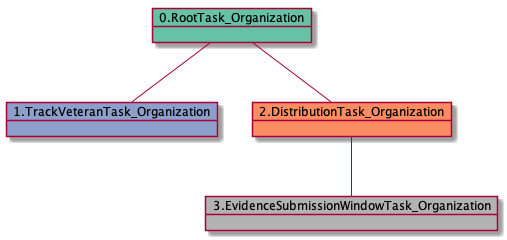
yoomlam/graphing keeps this PlantUML diagram as docs-ES/uml/RTO.TVTO.DTO-40915.png. Above is the earlier version. The source it was exported from:
```plantuml
@startuml
object 0.RootTask_Organization #66c2a5
object 1.TrackVeteranTask_Organization #8da0cb
object 2.DistributionTask_Organization #fc8d62
object 3.EvidenceSubmissionWindowTask_Organization #b3b3b3
0.RootTask_Organization -- 1.TrackVeteranTask_Organization
0.RootTask_Organization -- 2.DistributionTask_Organization
2.DistributionTask_Organization -- 3.EvidenceSubmissionWindowTask_Organization
@enduml
```
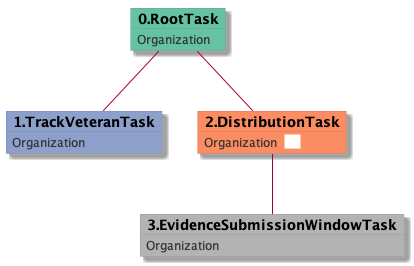
Above is the later version.

Change to the diagram source:
```diff
@@ -1,9 +1,25 @@
 @startuml
-object 0.RootTask_Organization #66c2a5
-object 1.TrackVeteranTask_Organization #8da0cb
-object 2.DistributionTask_Organization #fc8d62
-object 3.EvidenceSubmissionWindowTask_Organization #b3b3b3
-0.RootTask_Organization -- 1.TrackVeteranTask_Organization
-0.RootTask_Organization -- 2.DistributionTask_Organization
-2.DistributionTask_Organization -- 3.EvidenceSubmissionWindowTask_Organization
+skinparam {
+  ObjectBorderColor #555
+  ObjectBorderThickness 0
+  ObjectFontStyle bold
+  ObjectFontSize 14
+  ObjectAttributeFontColor #333
+  ObjectAttributeFontSize 12
+}
+  object 0.RootTask #66c2a5 {
+Organization
+}
+  object 1.TrackVeteranTask #8da0cb {
+Organization
+}
+  object 2.DistributionTask #fc8d62 {
+Organization  <back:white>    </back>
+}
+  object 3.EvidenceSubmissionWindowTask #b3b3b3 {
+Organization
+}
+0.RootTask -- 1.TrackVeteranTask
+0.RootTask -- 2.DistributionTask
+2.DistributionTask -- 3.EvidenceSubmissionWindowTask
 @enduml
```
